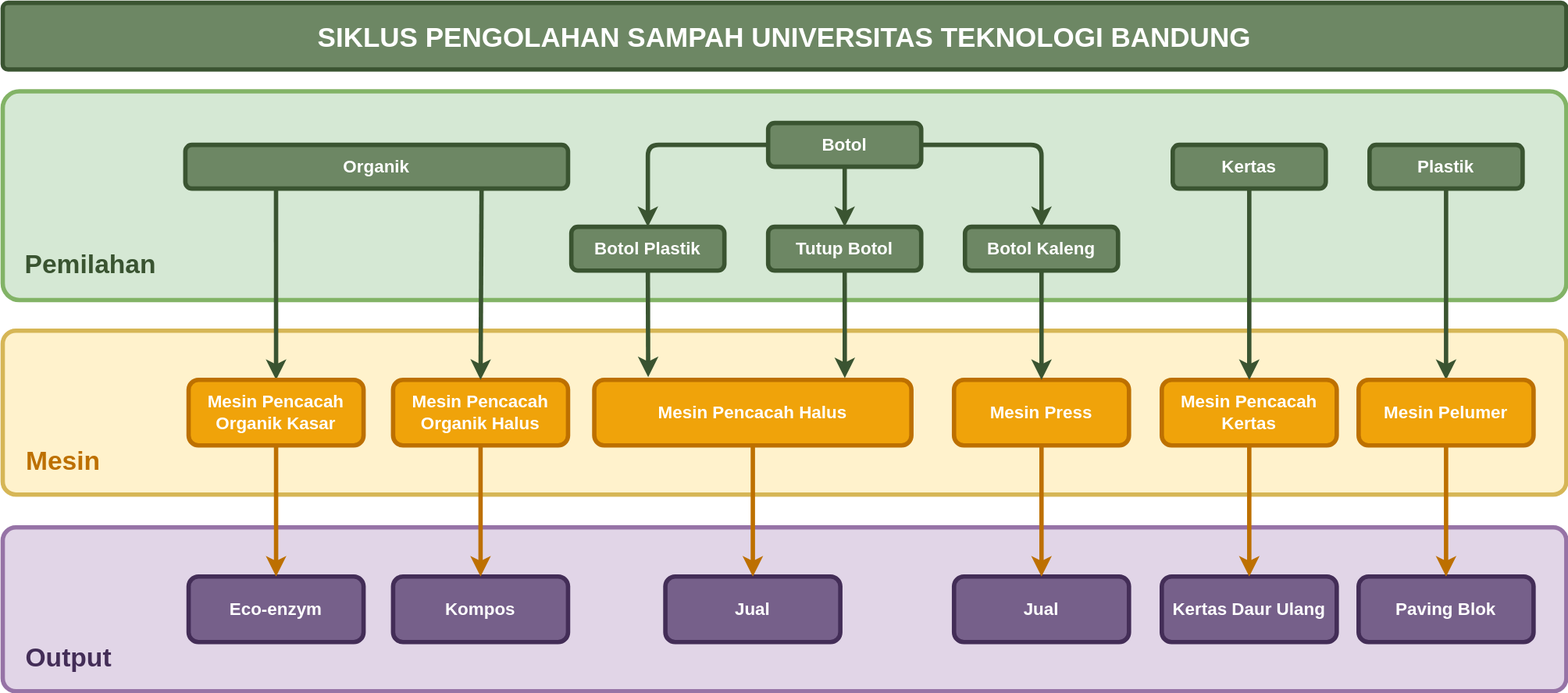
This is sampah/img/siklus-sampah.svg from syukrillah0108/RICP, a draw.io export, as it was before one commit. Source tidied: cells renumbered, new cells last; positions are measured from the earlier drawing's top-left corner, leaving out a move shared by most shapes.
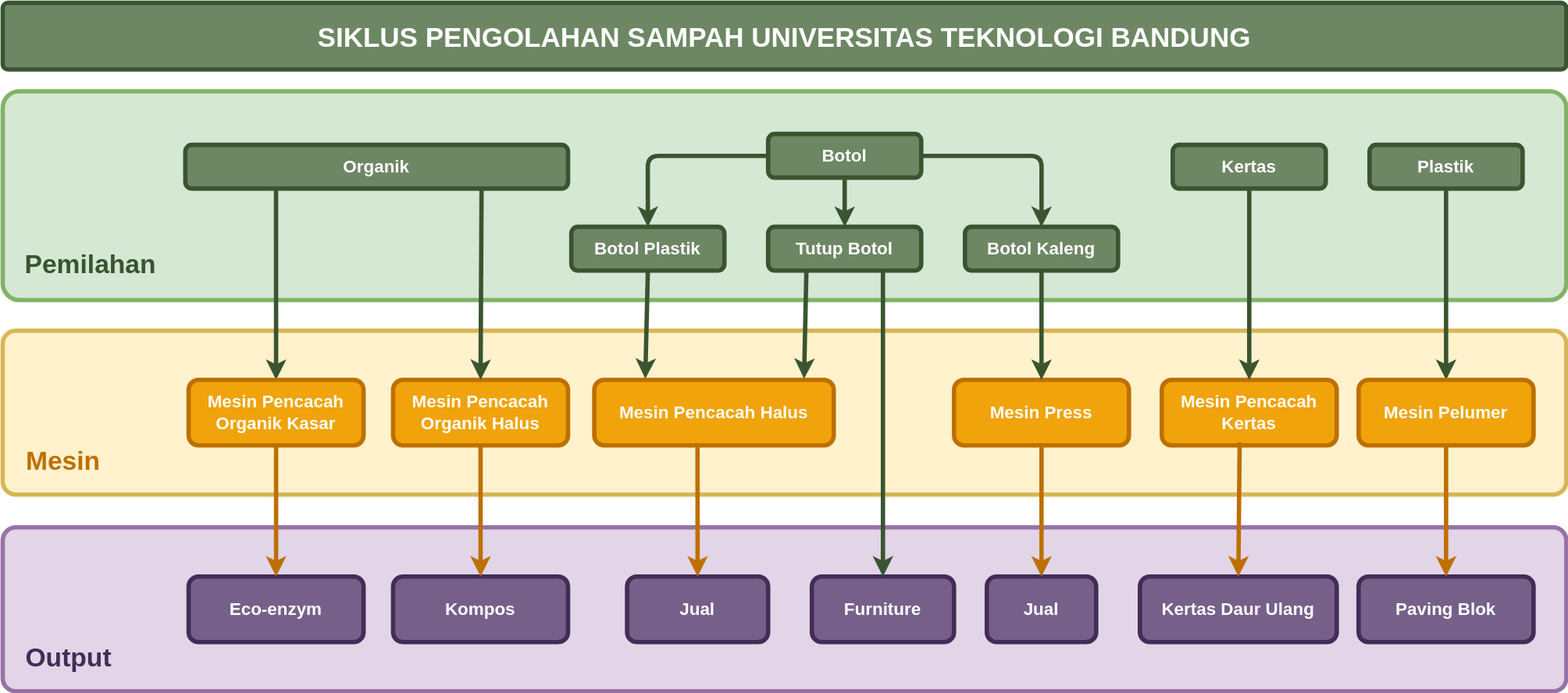
The same file after the commit.

Change to the diagram source:
```diff
@@ -27,7 +27,7 @@
       <mxGeometry relative="1" as="geometry" />
     </mxCell>
     <mxCell id="10" value="Botol" style="rounded=1;whiteSpace=wrap;html=1;strokeWidth=4;fontSize=16;fontStyle=1;fillColor=#6d8764;strokeColor=#3A5431;fontColor=#ffffff;" parent="1" vertex="1">
-      <mxGeometry x="700" y="110" width="140" height="40" as="geometry" />
+      <mxGeometry x="700" y="120" width="140" height="40" as="geometry" />
     </mxCell>
     <mxCell id="11" value="Botol Plastik" style="rounded=1;whiteSpace=wrap;html=1;strokeWidth=4;fontSize=16;fontStyle=1;fillColor=#6d8764;strokeColor=#3A5431;fontColor=#ffffff;" parent="1" vertex="1">
       <mxGeometry x="520" y="205" width="140" height="40" as="geometry" />
@@ -48,7 +48,7 @@
       <mxGeometry x="170" y="345" width="160" height="60" as="geometry" />
     </mxCell>
     <mxCell id="17" value="Mesin Pencacah Halus" style="rounded=1;whiteSpace=wrap;html=1;strokeWidth=4;fontSize=16;fontStyle=1;fillColor=#f0a30a;fontColor=light-dark(#FFFFFF,#EDEDED);strokeColor=#BD7000;" parent="1" vertex="1">
-      <mxGeometry x="541" y="345" width="290" height="60" as="geometry" />
+      <mxGeometry x="541" y="345" width="219" height="60" as="geometry" />
     </mxCell>
     <mxCell id="18" value="Mesin Pelumer" style="rounded=1;whiteSpace=wrap;html=1;strokeWidth=4;fontSize=16;fontStyle=1;fillColor=#f0a30a;fontColor=light-dark(#FFFFFF,#EDEDED);strokeColor=#BD7000;" parent="1" vertex="1">
       <mxGeometry x="1240" y="345" width="160" height="60" as="geometry" />
@@ -62,10 +62,10 @@
     <mxCell id="21" style="edgeStyle=none;html=1;entryX=0.5;entryY=0;entryDx=0;entryDy=0;strokeWidth=4;strokeColor=light-dark(#3a5431, #ededed);exitX=0.774;exitY=1.031;exitDx=0;exitDy=0;exitPerimeter=0;" parent="1" edge="1" source="6" target="20">
       <mxGeometry relative="1" as="geometry" />
     </mxCell>
-    <mxCell id="22" style="edgeStyle=none;html=1;entryX=0.17;entryY=-0.04;entryDx=0;entryDy=0;strokeWidth=4;strokeColor=light-dark(#3a5431, #ededed);exitX=0.5;exitY=1;exitDx=0;exitDy=0;entryPerimeter=0;" parent="1" edge="1" source="11" target="17">
+    <mxCell id="22" style="edgeStyle=none;html=1;entryX=0.213;entryY=-0.016;entryDx=0;entryDy=0;strokeWidth=4;strokeColor=light-dark(#3a5431, #ededed);exitX=0.5;exitY=1;exitDx=0;exitDy=0;entryPerimeter=0;" parent="1" edge="1" source="11" target="17">
       <mxGeometry relative="1" as="geometry" />
     </mxCell>
-    <mxCell id="23" style="edgeStyle=none;html=1;entryX=0.79;entryY=-0.025;entryDx=0;entryDy=0;strokeWidth=4;strokeColor=light-dark(#3a5431, #ededed);exitX=0.5;exitY=1;exitDx=0;exitDy=0;entryPerimeter=0;" parent="1" edge="1" source="12" target="17">
+    <mxCell id="23" style="edgeStyle=none;html=1;entryX=0.876;entryY=-0.016;entryDx=0;entryDy=0;strokeWidth=4;strokeColor=light-dark(#3a5431, #ededed);exitX=0.25;exitY=1;exitDx=0;exitDy=0;entryPerimeter=0;" parent="1" edge="1" source="12" target="17">
       <mxGeometry relative="1" as="geometry" />
     </mxCell>
     <mxCell id="24" style="edgeStyle=none;html=1;entryX=0.5;entryY=0;entryDx=0;entryDy=0;strokeWidth=4;strokeColor=light-dark(#3a5431, #ededed);exitX=0.5;exitY=1;exitDx=0;exitDy=0;" parent="1" edge="1" source="13" target="19">
@@ -87,7 +87,7 @@
       <mxGeometry x="357" y="525" width="160" height="60" as="geometry" />
     </mxCell>
     <mxCell id="30" value="Kertas Daur Ulang" style="rounded=1;whiteSpace=wrap;html=1;strokeWidth=4;fontSize=16;fontStyle=1;fillColor=#76608a;fontColor=#ffffff;strokeColor=#432D57;" parent="1" vertex="1">
-      <mxGeometry x="1060" y="525" width="160" height="60" as="geometry" />
+      <mxGeometry x="1040" y="525" width="180" height="60" as="geometry" />
     </mxCell>
     <mxCell id="31" style="edgeStyle=none;html=1;entryX=0.5;entryY=0;entryDx=0;entryDy=0;strokeWidth=4;strokeColor=light-dark(#bd7000, #ededed);exitX=0.5;exitY=1;exitDx=0;exitDy=0;" parent="1" edge="1" source="16" target="28">
       <mxGeometry relative="1" as="geometry" />
@@ -105,18 +105,18 @@
       <mxGeometry x="1240" y="525" width="160" height="60" as="geometry" />
     </mxCell>
     <mxCell id="36" value="Jual" style="rounded=1;whiteSpace=wrap;html=1;strokeWidth=4;fontSize=16;fontStyle=1;fillColor=#76608a;fontColor=#ffffff;strokeColor=#432D57;" parent="1" vertex="1">
-      <mxGeometry x="870" y="525" width="160" height="60" as="geometry" />
+      <mxGeometry x="900" y="525" width="100" height="60" as="geometry" />
     </mxCell>
     <mxCell id="37" value="Jual" style="rounded=1;whiteSpace=wrap;html=1;strokeWidth=4;fontSize=16;fontStyle=1;fillColor=#76608a;fontColor=#ffffff;strokeColor=#432D57;" parent="1" vertex="1">
-      <mxGeometry x="606" y="525" width="160" height="60" as="geometry" />
+      <mxGeometry x="571" y="525" width="129" height="60" as="geometry" />
     </mxCell>
-    <mxCell id="38" style="edgeStyle=none;html=1;entryX=0.5;entryY=0;entryDx=0;entryDy=0;strokeWidth=4;strokeColor=light-dark(#bd7000, #ededed);exitX=0.5;exitY=1;exitDx=0;exitDy=0;" parent="1" edge="1" source="17" target="37">
+    <mxCell id="38" style="edgeStyle=none;html=1;entryX=0.5;entryY=0;entryDx=0;entryDy=0;strokeWidth=4;strokeColor=light-dark(#bd7000, #ededed);exitX=0.431;exitY=1.013;exitDx=0;exitDy=0;exitPerimeter=0;" parent="1" edge="1" source="17" target="37">
       <mxGeometry relative="1" as="geometry" />
     </mxCell>
     <mxCell id="39" style="edgeStyle=none;html=1;entryX=0.5;entryY=0;entryDx=0;entryDy=0;strokeWidth=4;strokeColor=light-dark(#bd7000, #ededed);exitX=0.5;exitY=1;exitDx=0;exitDy=0;" parent="1" edge="1" source="19" target="36">
       <mxGeometry relative="1" as="geometry" />
     </mxCell>
-    <mxCell id="40" style="edgeStyle=none;html=1;entryX=0.5;entryY=0;entryDx=0;entryDy=0;strokeWidth=4;strokeColor=light-dark(#bd7000, #ededed);exitX=0.5;exitY=1;exitDx=0;exitDy=0;" parent="1" edge="1" source="25" target="30">
+    <mxCell id="40" style="edgeStyle=none;html=1;entryX=0.5;entryY=0;entryDx=0;entryDy=0;strokeWidth=4;strokeColor=light-dark(#bd7000, #ededed);exitX=0.445;exitY=0.955;exitDx=0;exitDy=0;exitPerimeter=0;" parent="1" edge="1" source="25" target="30">
       <mxGeometry relative="1" as="geometry" />
     </mxCell>
     <mxCell id="41" style="edgeStyle=none;html=1;entryX=0.5;entryY=0;entryDx=0;entryDy=0;strokeWidth=4;strokeColor=light-dark(#bd7000, #ededed);exitX=0.5;exitY=1;exitDx=0;exitDy=0;" parent="1" edge="1" source="18" target="35">
@@ -128,5 +128,11 @@
     <mxCell id="43" value="SIKLUS PENGOLAHAN SAMPAH UNIVERSITAS TEKNOLOGI BANDUNG" style="rounded=1;whiteSpace=wrap;html=1;strokeWidth=4;fontSize=25;fontStyle=1;arcSize=8;fillColor=#6d8764;strokeColor=#3A5431;fontColor=#ffffff;" parent="1" vertex="1">
       <mxGeometry width="1430" height="61" as="geometry" />
     </mxCell>
+    <mxCell id="44" value="Furniture" style="rounded=1;whiteSpace=wrap;html=1;strokeWidth=4;fontSize=16;fontStyle=1;fillColor=#76608a;fontColor=#ffffff;strokeColor=#432D57;" parent="1" vertex="1">
+      <mxGeometry x="740" y="525" width="130" height="60" as="geometry" />
+    </mxCell>
+    <mxCell id="45" style="edgeStyle=none;html=1;entryX=0.5;entryY=0;entryDx=0;entryDy=0;strokeWidth=4;strokeColor=light-dark(#3a5431, #ededed);exitX=0.75;exitY=1;exitDx=0;exitDy=0;" parent="1" edge="1" source="12" target="44">
+      <mxGeometry relative="1" as="geometry" />
+    </mxCell>
   </root>
 </mxGraphModel>
```
